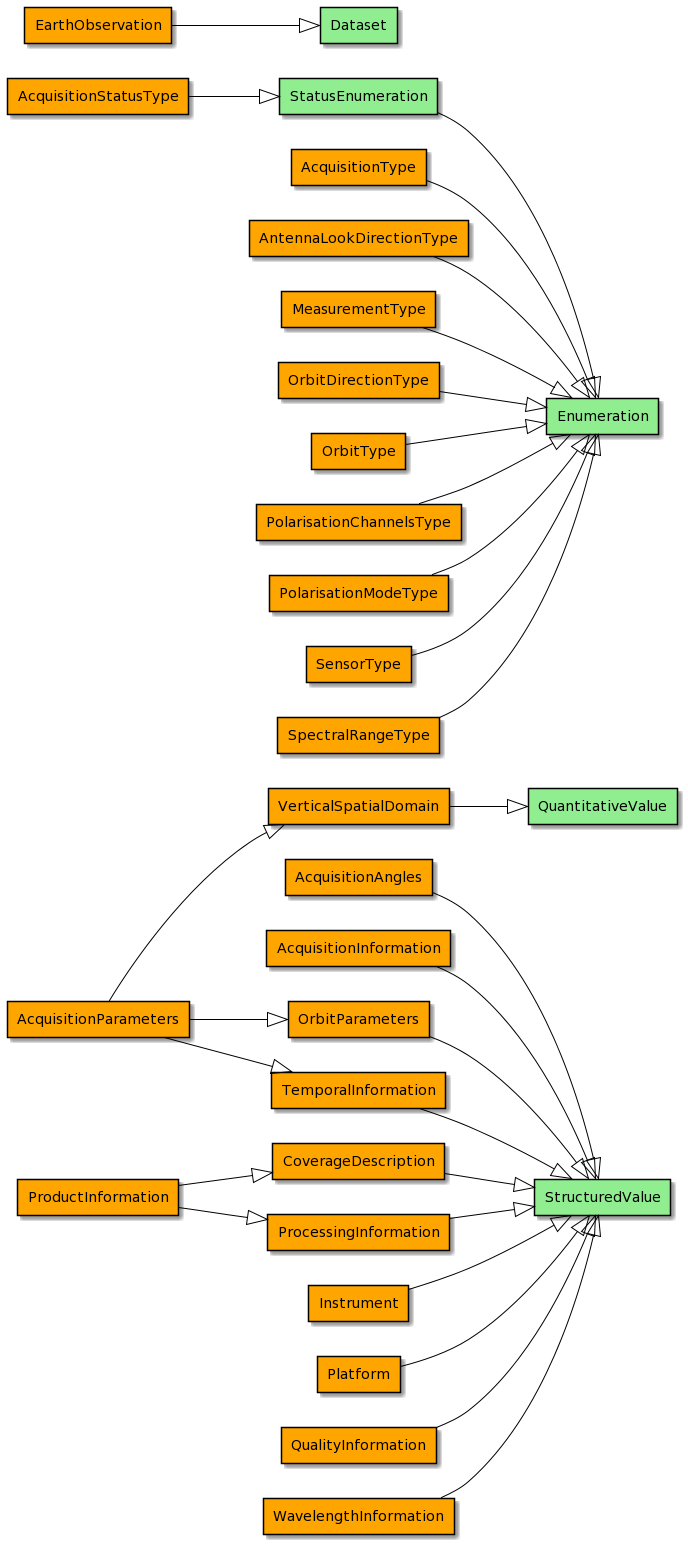
eovoc/eo-on-schema.org keeps this PlantUML diagram as series/diagrams/Method3-Inheritance.png. Above is the earlier version. The source it was exported from:
```plantuml
@startuml
left to right direction
!define Class agent
!define Property usecase
skinparam Property {
BackgroundColor LightBlue
BorderColor Black
ArrowColor Black
linetype Ortho
}
skinparam Class {
BackgroundColor LightGreen
BorderColor Black
ArrowColor Black
linetype Ortho
}
Class AcquisitionAngles #orange
Class StructuredValue
AcquisitionAngles --|> StructuredValue
Class AcquisitionInformation #orange
Class StructuredValue
AcquisitionInformation --|> StructuredValue
Class AcquisitionParameters #orange
Class OrbitParameters #orange
AcquisitionParameters --|> OrbitParameters
Class TemporalInformation #orange
AcquisitionParameters --|> TemporalInformation
Class VerticalSpatialDomain #orange
AcquisitionParameters --|> VerticalSpatialDomain
Class AcquisitionStatusType #orange
Class StatusEnumeration
AcquisitionStatusType --|> StatusEnumeration
Class AcquisitionType #orange
Class Enumeration
AcquisitionType --|> Enumeration
Class AntennaLookDirectionType #orange
Class Enumeration
AntennaLookDirectionType --|> Enumeration
Class CoverageDescription #orange
Class StructuredValue
CoverageDescription --|> StructuredValue
Class EarthObservation #orange
Class Dataset
EarthObservation --|> Dataset
Class Instrument #orange
Class StructuredValue
Instrument --|> StructuredValue
Class MeasurementType #orange
Class Enumeration
MeasurementType --|> Enumeration
Class OrbitDirectionType #orange
Class Enumeration
OrbitDirectionType --|> Enumeration
Class OrbitParameters #orange
Class StructuredValue
OrbitParameters --|> StructuredValue
Class OrbitType #orange
Class Enumeration
OrbitType --|> Enumeration
Class Platform #orange
Class StructuredValue
Platform --|> StructuredValue
Class PolarisationChannelsType #orange
Class Enumeration
PolarisationChannelsType --|> Enumeration
Class PolarisationModeType #orange
Class Enumeration
PolarisationModeType --|> Enumeration
Class ProcessingInformation #orange
Class StructuredValue
ProcessingInformation --|> StructuredValue
Class ProductInformation #orange
Class CoverageDescription #orange
ProductInformation --|> CoverageDescription
Class ProcessingInformation #orange
ProductInformation --|> ProcessingInformation
Class QualityInformation #orange
Class StructuredValue
QualityInformation --|> StructuredValue
Class SensorType #orange
Class Enumeration
SensorType --|> Enumeration
Class SpectralRangeType #orange
Class Enumeration
SpectralRangeType --|> Enumeration
Class TemporalInformation #orange
Class StructuredValue
TemporalInformation --|> StructuredValue
Class VerticalSpatialDomain #orange
Class QuantitativeValue
VerticalSpatialDomain --|> QuantitativeValue
Class WavelengthInformation #orange
Class StructuredValue
WavelengthInformation --|> StructuredValue
StatusEnumeration --|> Enumeration
@enduml
```
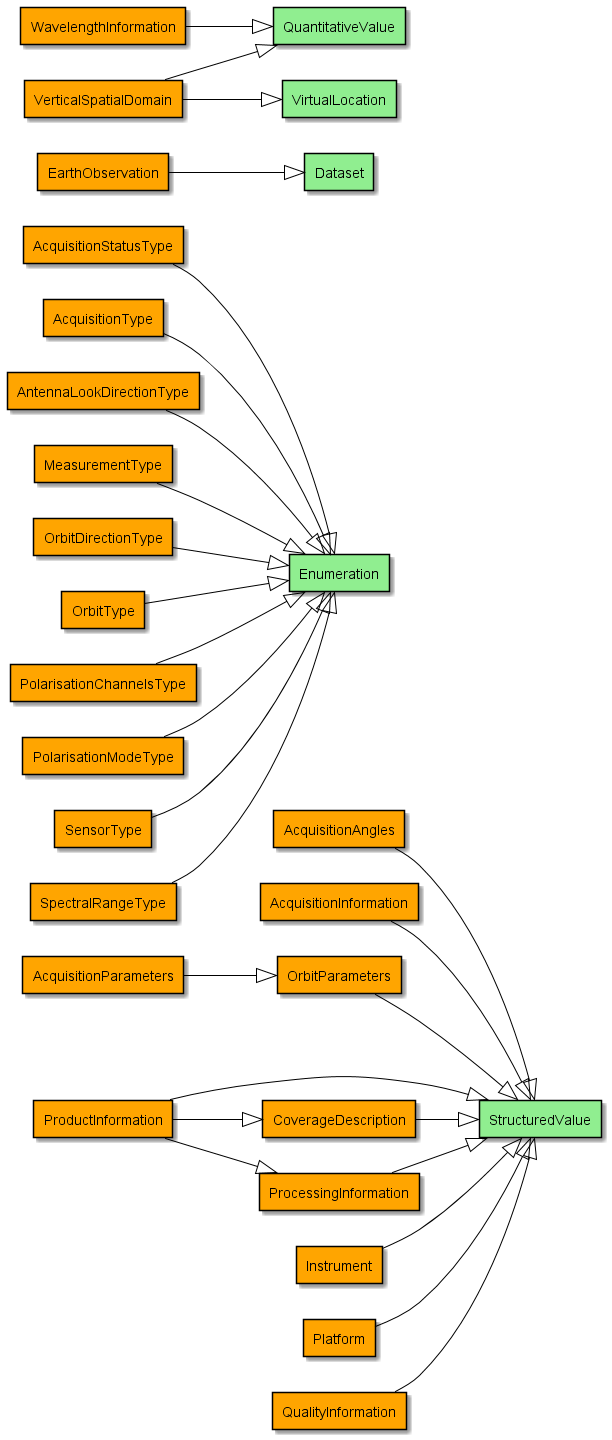
After the change.

The edit, as a diff of the source:
```diff
@@ -23,13 +23,9 @@
 Class AcquisitionParameters #orange
 Class OrbitParameters #orange
 AcquisitionParameters --|> OrbitParameters
-Class TemporalInformation #orange
-AcquisitionParameters --|> TemporalInformation
-Class VerticalSpatialDomain #orange
-AcquisitionParameters --|> VerticalSpatialDomain
 Class AcquisitionStatusType #orange
-Class StatusEnumeration
-AcquisitionStatusType --|> StatusEnumeration
+Class Enumeration
+AcquisitionStatusType --|> Enumeration
 Class AcquisitionType #orange
 Class Enumeration
 AcquisitionType --|> Enumeration
@@ -74,6 +70,8 @@
 ProductInformation --|> CoverageDescription
 Class ProcessingInformation #orange
 ProductInformation --|> ProcessingInformation
+Class StructuredValue
+ProductInformation --|> StructuredValue
 Class QualityInformation #orange
 Class StructuredValue
 QualityInformation --|> StructuredValue
@@ -83,14 +81,12 @@
 Class SpectralRangeType #orange
 Class Enumeration
 SpectralRangeType --|> Enumeration
-Class TemporalInformation #orange
-Class StructuredValue
-TemporalInformation --|> StructuredValue
 Class VerticalSpatialDomain #orange
 Class QuantitativeValue
 VerticalSpatialDomain --|> QuantitativeValue
+Class VirtualLocation
+VerticalSpatialDomain --|> VirtualLocation
 Class WavelengthInformation #orange
-Class StructuredValue
-WavelengthInformation --|> StructuredValue
-StatusEnumeration --|> Enumeration
+Class QuantitativeValue
+WavelengthInformation --|> QuantitativeValue
 @enduml
```
